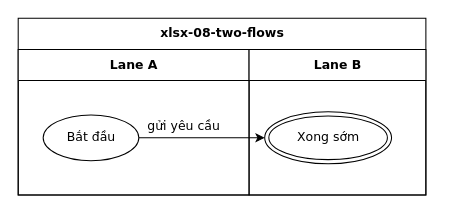
The draw.io diagram conformance/golden/optimize/cases-xlsx-08-two-flows.drawio in luytbq/flowcast, before the edit. Source tidied: cells renumbered, new cells numbered last; positions are measured from the earlier drawing's top-left corner, leaving out a move shared by most shapes. Both pictures are drawn from the tidied source at 104%, with x=0, y=0 at pixel (18, 18).
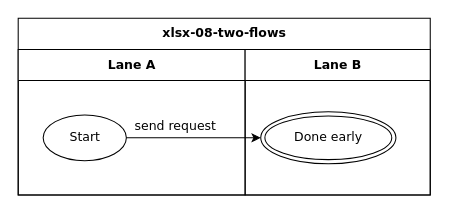
Above is the later version.

The edit, as a diff of the source:
```diff
@@
 <mxGraphModel>
   <root>
     <mxCell id="0" />
     <mxCell id="1" parent="0" />
     <mxCell id="2" value="xlsx-08-two-flows" style="swimlane;html=1;startSize=30;fontStyle=1;fontFamily=Verdana;fontSize=12;flowtable=1;" parent="1" vertex="1">
-      <mxGeometry width="392" height="170" as="geometry" />
+      <mxGeometry width="396.2" height="170" as="geometry" />
     </mxCell>
     <mxCell id="3" value="Lane A" style="swimlane;html=1;startSize=30;fontFamily=Verdana;fontSize=12;flowtable=1;" parent="2" vertex="1">
-      <mxGeometry y="30" width="222" height="140" as="geometry" />
+      <mxGeometry y="30" width="218.2" height="140" as="geometry" />
     </mxCell>
     <mxCell id="4" value="Lane B" style="swimlane;html=1;startSize=30;fontFamily=Verdana;fontSize=12;flowtable=1;" parent="2" vertex="1">
-      <mxGeometry x="222" y="30" width="170" height="140" as="geometry" />
+      <mxGeometry x="218.2" y="30" width="178" height="140" as="geometry" />
     </mxCell>
-    <mxCell id="5" value="Bắt đầu" style="ellipse;html=1;fontFamily=Verdana;fontSize=12;flowtable=1;" parent="3" vertex="1">
-      <mxGeometry x="24" y="63" width="92" height="44" as="geometry" />
+    <mxCell id="5" value="Start" style="ellipse;html=1;fontFamily=Verdana;fontSize=12;flowtable=1;" parent="3" vertex="1">
+      <mxGeometry x="24" y="63" width="80" height="44" as="geometry" />
     </mxCell>
-    <mxCell id="6" value="Xong sớm" style="shape=doubleEllipse;html=1;fontFamily=Verdana;fontSize=12;flowtable=1;" parent="4" vertex="1">
-      <mxGeometry x="15" y="60" width="122" height="50" as="geometry" />
+    <mxCell id="6" value="Done early" style="shape=doubleEllipse;html=1;fontFamily=Verdana;fontSize=12;flowtable=1;" parent="4" vertex="1">
+      <mxGeometry x="15" y="60" width="130" height="50" as="geometry" />
     </mxCell>
-    <mxCell id="7" value="gửi yêu cầu" style="edgeStyle=orthogonalEdgeStyle;rounded=0;jettySize=auto;html=1;labelBackgroundColor=default;exitX=1;exitY=0.5;exitDx=0;exitDy=0;entryX=0;entryY=0.5;entryDx=0;entryDy=0;fontFamily=Verdana;fontSize=12;flowtable=1;" parent="2" edge="1" source="5" target="6">
-      <mxGeometry x="-0.29" relative="1" as="geometry">
+    <mxCell id="7" value="send request" style="edgeStyle=orthogonalEdgeStyle;rounded=0;jettySize=auto;html=1;labelBackgroundColor=default;exitX=1;exitY=0.5;exitDx=0;exitDy=0;entryX=0;entryY=0.5;entryDx=0;entryDy=0;fontFamily=Verdana;fontSize=12;flowtable=1;" parent="2" edge="1" source="5" target="6">
+      <mxGeometry x="-0.27" relative="1" as="geometry">
         <mxPoint y="-11.5" as="offset" />
       </mxGeometry>
     </mxCell>
   </root>
 </mxGraphModel>
```
